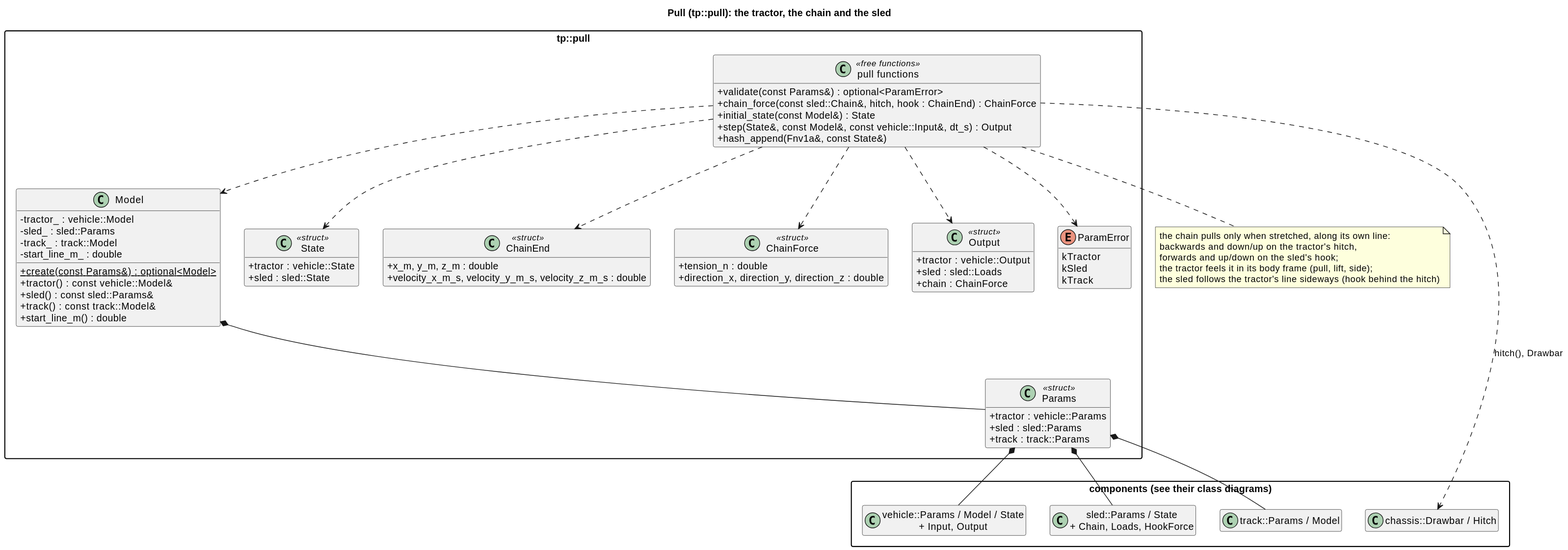
The PlantUML diagram docs/diagrams/svg/pull_classes.svg in wversteeg/TractorPulling, before a commit.
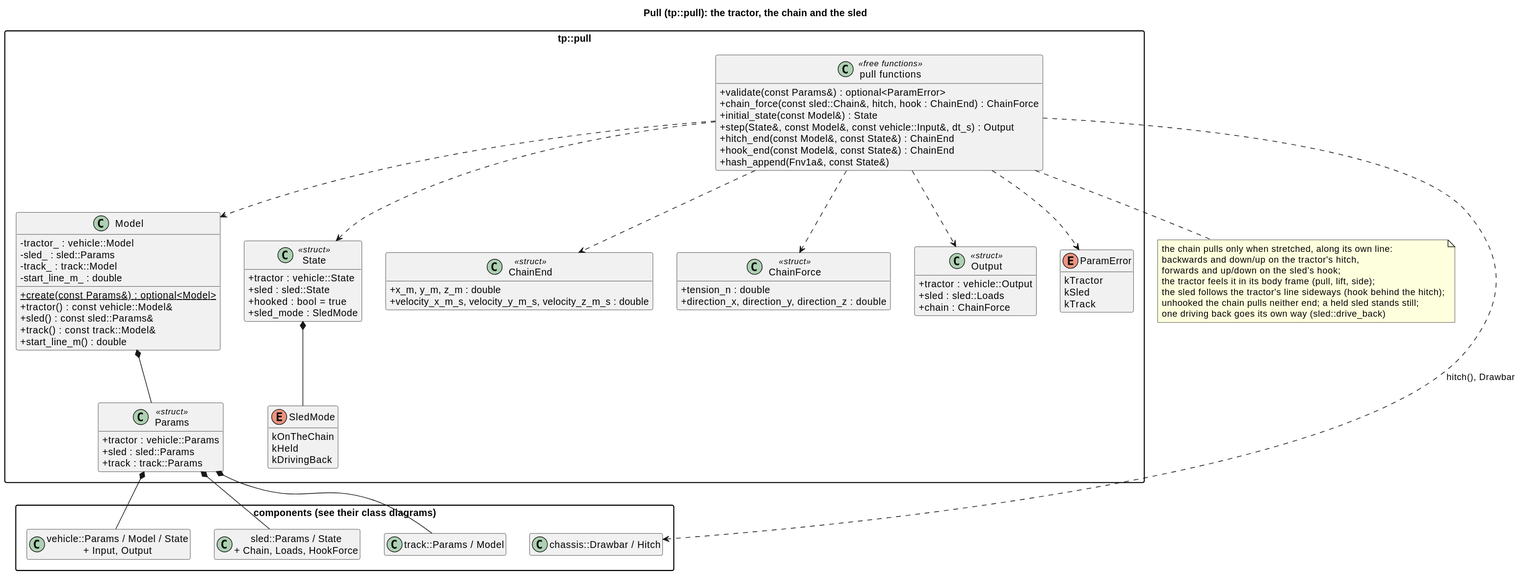
Later version of the same file.

What changed in the source:
```diff
@@ -31,6 +31,13 @@
   class State <<struct>> {
     +tractor : vehicle::State
     +sled : sled::State
+    +hooked : bool = true
+    +sled_mode : SledMode
+  }
+  enum SledMode {
+    kOnTheChain
+    kHeld
+    kDrivingBack
   }
   class ChainEnd <<struct>> {
     +x_m, y_m, z_m : double
@@ -55,9 +62,12 @@
     +chain_force(const sled::Chain&, hitch, hook : ChainEnd) : ChainForce
     +initial_state(const Model&) : State
     +step(State&, const Model&, const vehicle::Input&, dt_s) : Output
+    +hitch_end(const Model&, const State&) : ChainEnd
+    +hook_end(const Model&, const State&) : ChainEnd
     +hash_append(Fnv1a&, const State&)
   }
   Model *-- Params
+  State *-- SledMode
   PullFns ..> Model
   PullFns ..> State
   PullFns ..> ChainEnd
@@ -74,6 +84,8 @@
   backwards and down/up on the tractor's hitch,
   forwards and up/down on the sled's hook;
   the tractor feels it in its body frame (pull, lift, side);
-  the sled follows the tractor's line sideways (hook behind the hitch)
+  the sled follows the tractor's line sideways (hook behind the hitch);
+  unhooked the chain pulls neither end; a held sled stands still;
+  one driving back goes its own way (sled::drive_back)
 end note
 @enduml
```
